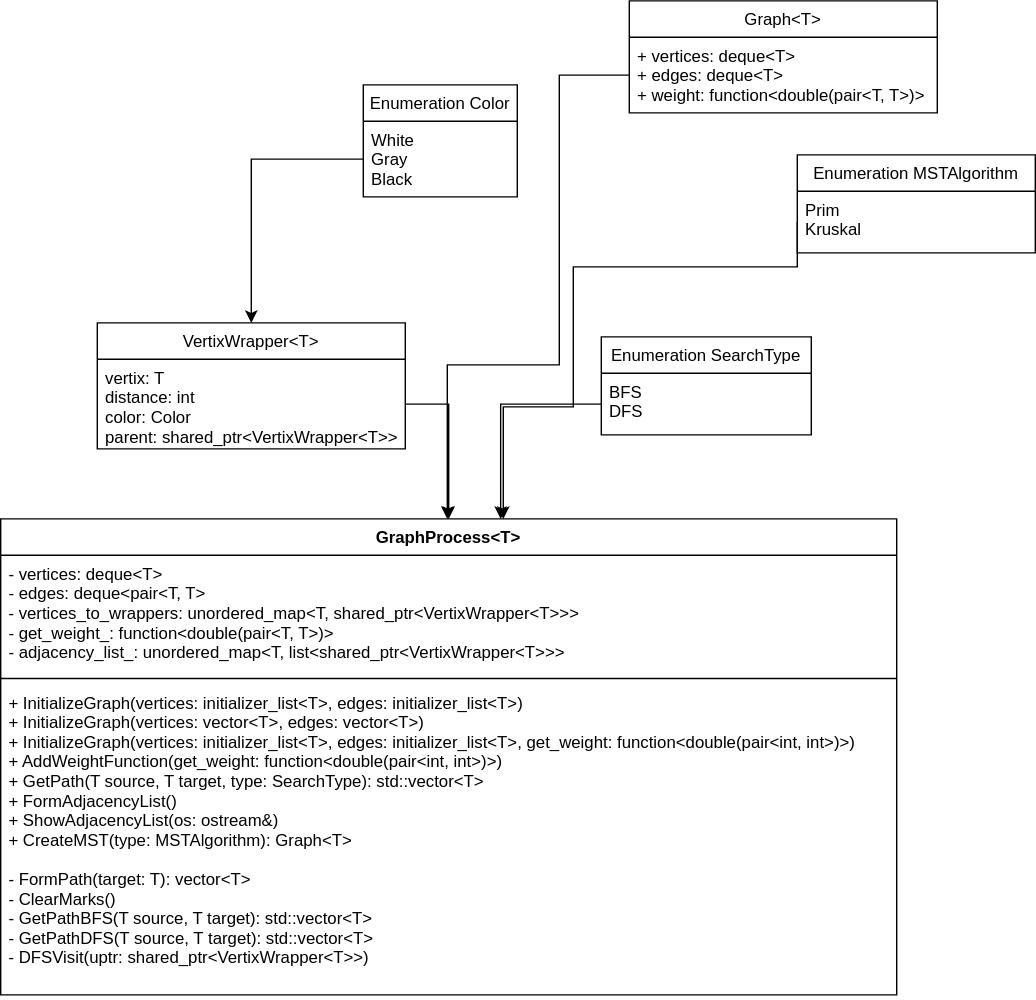
Earlier version of the draw.io export info/GraphAPI.svg (kryzhanovskiymax/GraphAPI). Source tidied: cells renumbered, new cells last; positions are measured from the earlier drawing's top-left corner, leaving out a move shared by most shapes.
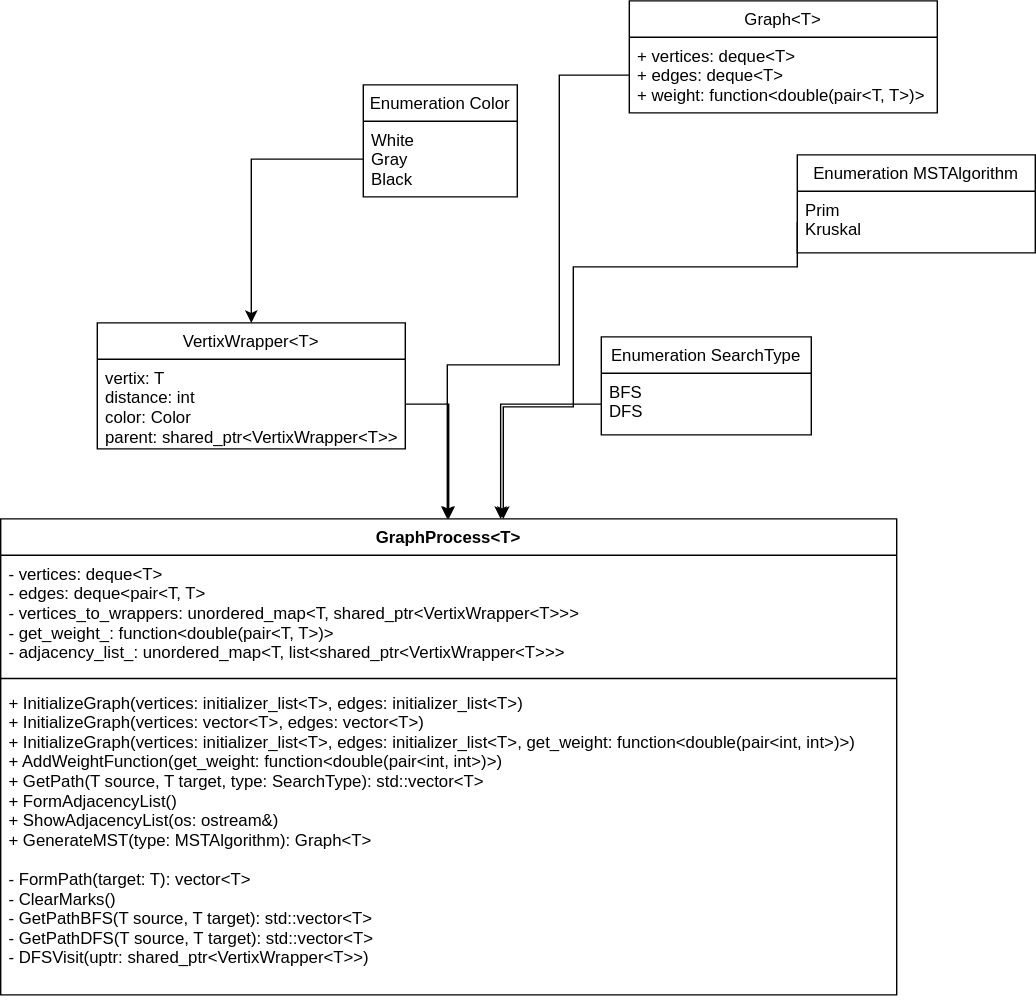
After the commit.

The edit, as a diff of the source:
```diff
@@ -11,7 +11,7 @@
     <mxCell id="4" style="line;strokeWidth=1;fillColor=none;align=left;verticalAlign=middle;spacingTop=-1;spacingLeft=3;spacingRight=3;labelPosition=right;" parent="2" vertex="1">
       <mxGeometry y="110" width="640" height="8" as="geometry" />
     </mxCell>
-    <mxCell id="5" value="+ InitializeGraph(vertices: initializer_list&lt;T&gt;, edges: initializer_list&lt;T&gt;)&#10;+ InitializeGraph(vertices: vector&lt;T&gt;, edges: vector&lt;T&gt;)&#10;+ InitializeGraph(vertices: initializer_list&lt;T&gt;, edges: initializer_list&lt;T&gt;, get_weight: function&lt;double(pair&lt;int, int&gt;)&gt;)&#10;+ AddWeightFunction(get_weight: function&lt;double(pair&lt;int, int&gt;)&gt;)&#10;+ GetPath(T source, T target, type: SearchType): std::vector&lt;T&gt;&#10;+ FormAdjacencyList()&#10;+ ShowAdjacencyList(os: ostream&amp;)&#10;+ CreateMST(type: MSTAlgorithm): Graph&lt;T&gt;&#10;&#10;- FormPath(target: T): vector&lt;T&gt;&#10;- ClearMarks()&#10;- GetPathBFS(T source, T target): std::vector&lt;T&gt;&#10;- GetPathDFS(T source, T target): std::vector&lt;T&gt;&#10;- DFSVisit(uptr: shared_ptr&lt;VertixWrapper&lt;T&gt;&gt;)" style="text;strokeColor=none;fillColor=none;align=left;verticalAlign=top;spacingLeft=4;spacingRight=4;overflow=hidden;" parent="2" vertex="1">
+    <mxCell id="5" value="+ InitializeGraph(vertices: initializer_list&lt;T&gt;, edges: initializer_list&lt;T&gt;)&#10;+ InitializeGraph(vertices: vector&lt;T&gt;, edges: vector&lt;T&gt;)&#10;+ InitializeGraph(vertices: initializer_list&lt;T&gt;, edges: initializer_list&lt;T&gt;, get_weight: function&lt;double(pair&lt;int, int&gt;)&gt;)&#10;+ AddWeightFunction(get_weight: function&lt;double(pair&lt;int, int&gt;)&gt;)&#10;+ GetPath(T source, T target, type: SearchType): std::vector&lt;T&gt;&#10;+ FormAdjacencyList()&#10;+ ShowAdjacencyList(os: ostream&amp;)&#10;+ GenerateMST(type: MSTAlgorithm): Graph&lt;T&gt;&#10;&#10;- FormPath(target: T): vector&lt;T&gt;&#10;- ClearMarks()&#10;- GetPathBFS(T source, T target): std::vector&lt;T&gt;&#10;- GetPathDFS(T source, T target): std::vector&lt;T&gt;&#10;- DFSVisit(uptr: shared_ptr&lt;VertixWrapper&lt;T&gt;&gt;)" style="text;strokeColor=none;fillColor=none;align=left;verticalAlign=top;spacingLeft=4;spacingRight=4;overflow=hidden;" parent="2" vertex="1">
       <mxGeometry y="118" width="640" height="222" as="geometry" />
     </mxCell>
     <mxCell id="6" value="VertixWrapper&lt;T&gt;" style="swimlane;fontStyle=0;horizontal=1;startSize=26;fillColor=none;" parent="1" vertex="1">
```
